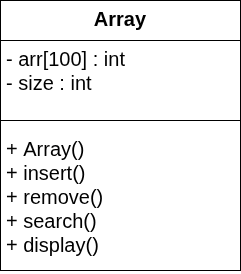
Above: ImplementArray/UMLArrayImple.drawio.png in VIGNESHWAR2058/Record-3-and-4 (draw.io), before the change. Source tidied: cells renumbered, new cells last; positions are measured from the earlier drawing's top-left corner, leaving out a move shared by most shapes. Its diagram source:
```xml
<mxGraphModel>
  <root>
    <mxCell id="0" />
    <mxCell id="1" parent="0" />
    <mxCell id="2" value="Array" style="swimlane;fontStyle=1;align=center;verticalAlign=top;horizontal=1;startSize=40;whiteSpace=wrap;html=1;fontSize=20;" parent="1" vertex="1">
      <mxGeometry width="240" height="270" as="geometry" />
    </mxCell>
    <mxCell id="3" value="- arr[100] : int&lt;div&gt;- size : int&lt;/div&gt;" style="text;strokeColor=none;fillColor=none;align=left;verticalAlign=top;spacingLeft=4;spacingRight=4;overflow=hidden;whiteSpace=wrap;html=1;fontSize=20;" parent="2" vertex="1">
      <mxGeometry y="40" width="240" height="70" as="geometry" />
    </mxCell>
    <mxCell id="4" style="line;strokeWidth=1;fillColor=none;align=left;verticalAlign=middle;spacingTop=-1;spacingLeft=3;spacingRight=3;labelPosition=right;strokeColor=inherit;fontSize=20;" parent="2" vertex="1">
      <mxGeometry y="110" width="240" height="20" as="geometry" />
    </mxCell>
    <mxCell id="5" value="+&amp;nbsp;Array()&lt;div&gt;+&amp;nbsp;insert()&lt;/div&gt;&lt;div&gt;+&amp;nbsp;remove()&lt;/div&gt;&lt;div&gt;+&amp;nbsp;search()&lt;/div&gt;&lt;div&gt;+ display()&lt;/div&gt;" style="text;strokeColor=none;fillColor=none;align=left;verticalAlign=top;spacingLeft=4;spacingRight=4;overflow=hidden;whiteSpace=wrap;html=1;fontSize=20;" parent="2" vertex="1">
      <mxGeometry y="130" width="240" height="140" as="geometry" />
    </mxCell>
  </root>
</mxGraphModel>
```
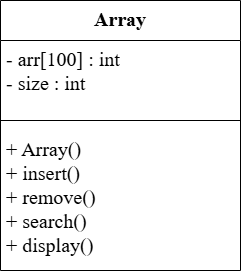
Above is the later version.

What changed in the source:
```diff
@@ -2,16 +2,16 @@
   <root>
     <mxCell id="0" />
     <mxCell id="1" parent="0" />
-    <mxCell id="2" value="Array" style="swimlane;fontStyle=1;align=center;verticalAlign=top;horizontal=1;startSize=40;whiteSpace=wrap;html=1;fontSize=20;" parent="1" vertex="1">
+    <mxCell id="2" value="Array" style="swimlane;fontStyle=1;align=center;verticalAlign=top;horizontal=1;startSize=40;whiteSpace=wrap;html=1;fontSize=20;fontFamily=Times New Roman;" parent="1" vertex="1">
       <mxGeometry width="240" height="270" as="geometry" />
     </mxCell>
-    <mxCell id="3" value="- arr[100] : int&lt;div&gt;- size : int&lt;/div&gt;" style="text;strokeColor=none;fillColor=none;align=left;verticalAlign=top;spacingLeft=4;spacingRight=4;overflow=hidden;whiteSpace=wrap;html=1;fontSize=20;" parent="2" vertex="1">
+    <mxCell id="3" value="- arr[100] : int&lt;div&gt;- size : int&lt;/div&gt;" style="text;strokeColor=none;fillColor=none;align=left;verticalAlign=top;spacingLeft=4;spacingRight=4;overflow=hidden;whiteSpace=wrap;html=1;fontSize=20;fontFamily=Times New Roman;" parent="2" vertex="1">
       <mxGeometry y="40" width="240" height="70" as="geometry" />
     </mxCell>
-    <mxCell id="4" style="line;strokeWidth=1;fillColor=none;align=left;verticalAlign=middle;spacingTop=-1;spacingLeft=3;spacingRight=3;labelPosition=right;strokeColor=inherit;fontSize=20;" parent="2" vertex="1">
+    <mxCell id="4" style="line;strokeWidth=1;fillColor=none;align=left;verticalAlign=middle;spacingTop=-1;spacingLeft=3;spacingRight=3;labelPosition=right;strokeColor=inherit;fontSize=20;fontFamily=Times New Roman;" parent="2" vertex="1">
       <mxGeometry y="110" width="240" height="20" as="geometry" />
     </mxCell>
-    <mxCell id="5" value="+&amp;nbsp;Array()&lt;div&gt;+&amp;nbsp;insert()&lt;/div&gt;&lt;div&gt;+&amp;nbsp;remove()&lt;/div&gt;&lt;div&gt;+&amp;nbsp;search()&lt;/div&gt;&lt;div&gt;+ display()&lt;/div&gt;" style="text;strokeColor=none;fillColor=none;align=left;verticalAlign=top;spacingLeft=4;spacingRight=4;overflow=hidden;whiteSpace=wrap;html=1;fontSize=20;" parent="2" vertex="1">
+    <mxCell id="5" value="+&amp;nbsp;Array()&lt;div&gt;+&amp;nbsp;insert()&lt;/div&gt;&lt;div&gt;+&amp;nbsp;remove()&lt;/div&gt;&lt;div&gt;+&amp;nbsp;search()&lt;/div&gt;&lt;div&gt;+ display()&lt;/div&gt;" style="text;strokeColor=none;fillColor=none;align=left;verticalAlign=top;spacingLeft=4;spacingRight=4;overflow=hidden;whiteSpace=wrap;html=1;fontSize=20;fontFamily=Times New Roman;" parent="2" vertex="1">
       <mxGeometry y="130" width="240" height="140" as="geometry" />
     </mxCell>
   </root>
```
